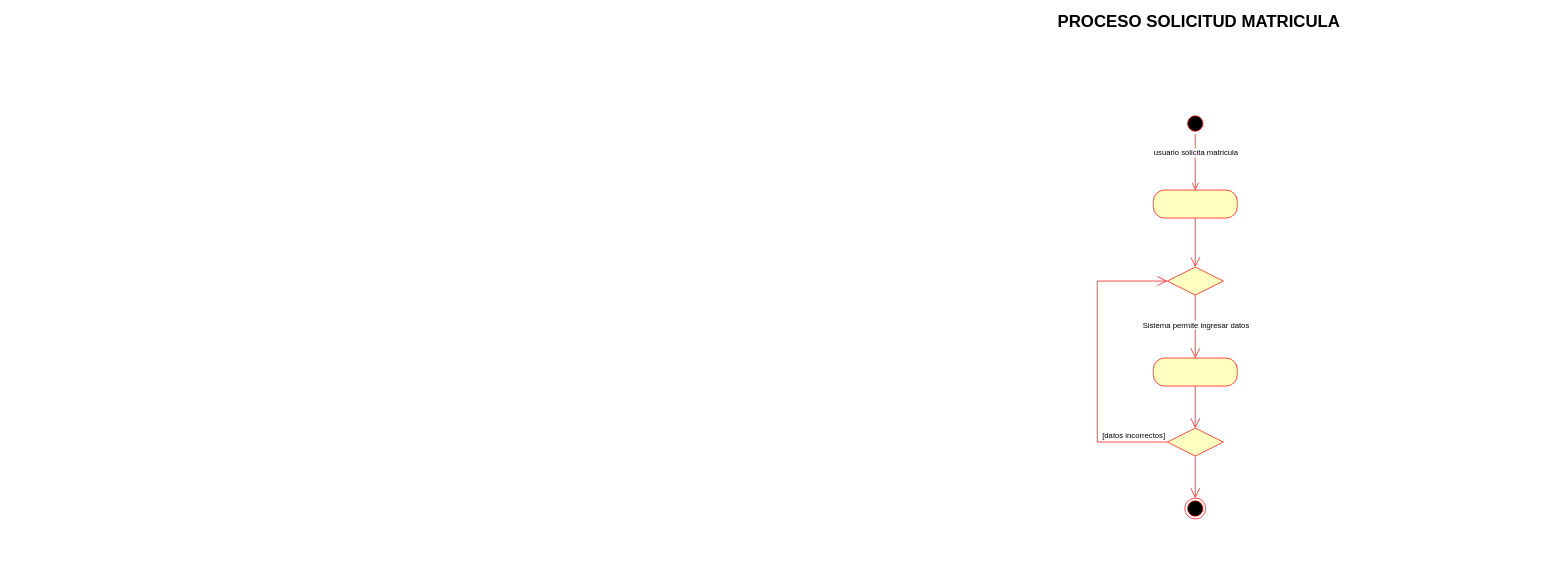
Earlier version of the draw.io diagram page "Especificacion Casos de Uso" (4 of 4) of AULA INTEGRAL DEL NORTE.drawio (KemosahbeAndres/IntegralDelNorte). Source tidied: cells renumbered, new cells numbered last; positions are measured from the earlier drawing's top-left corner, leaving out a move shared by most shapes. Both pictures are drawn from the tidied source at 70%, with x=0, y=0 at pixel (1051, 15).
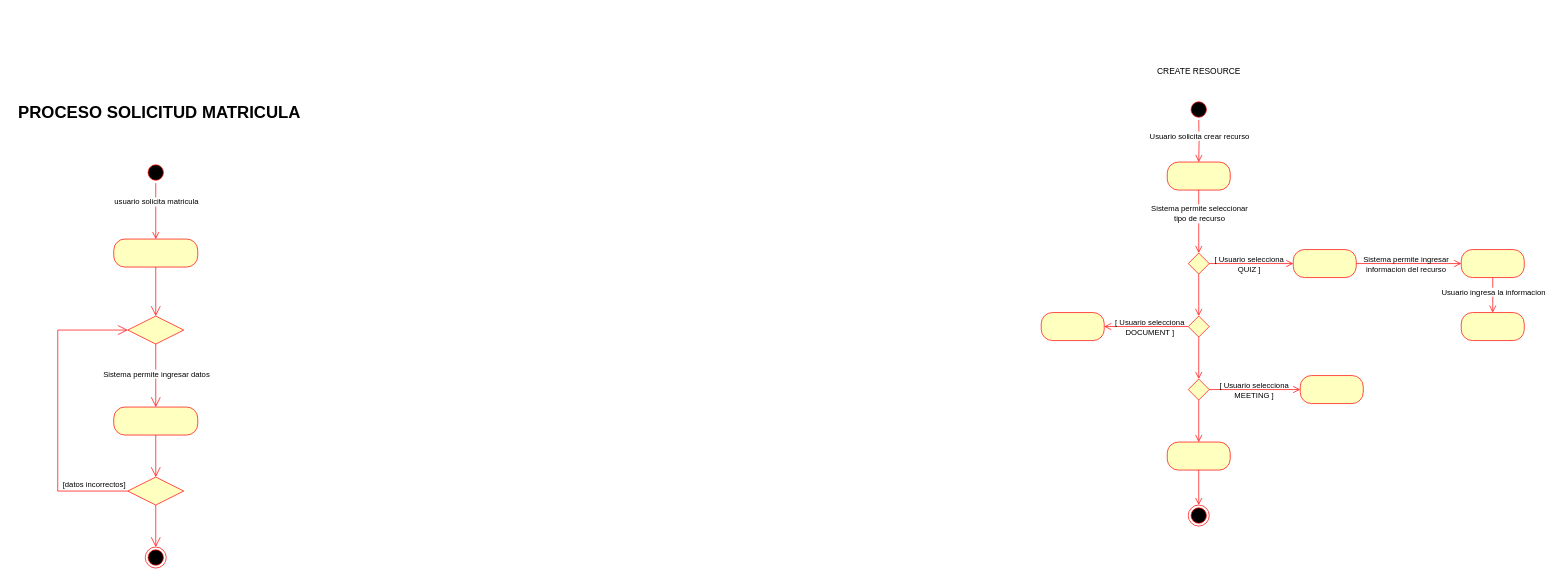
The same page after the edit.

Diff of the diagram source:
```diff
@@
+    <mxCell id="18" style="group;" parent="1" vertex="1">
+      <mxGeometry x="-1485" y="130" width="420" height="660" as="geometry" />
+    </mxCell>
-    <mxCell id="2" style="ellipse;html=1;shape=startState;fillColor=#000000;strokeColor=#ff0000;" parent="1" vertex="1">
-      <mxGeometry x="190" y="140" width="30" height="30" as="geometry" />
+    <mxCell id="2" style="ellipse;html=1;shape=startState;fillColor=#000000;strokeColor=#ff0000;" parent="18" vertex="1">
+      <mxGeometry x="190" y="80" width="30" height="30" as="geometry" />
     </mxCell>
-    <mxCell id="3" style="edgeStyle=orthogonalEdgeStyle;html=1;verticalAlign=bottom;endArrow=open;endSize=8;strokeColor=#ff0000;rounded=0;entryX=0.5;entryY=0;entryDx=0;entryDy=0;" parent="1" edge="1" source="2" target="8">
+    <mxCell id="3" style="edgeStyle=orthogonalEdgeStyle;html=1;verticalAlign=bottom;endArrow=open;endSize=8;strokeColor=#ff0000;rounded=0;entryX=0.5;entryY=0;entryDx=0;entryDy=0;" parent="18" edge="1" source="2" target="8">
       <mxGeometry relative="1" as="geometry" />
     </mxCell>
@@
+    <mxCell id="8" style="rounded=1;whiteSpace=wrap;html=1;arcSize=40;fontColor=#000000;fillColor=#ffffc0;strokeColor=#ff0000;" parent="18" vertex="1">
+      <mxGeometry x="145" y="190" width="120" height="40" as="geometry" />
+    </mxCell>
+    <mxCell id="10" style="rounded=1;whiteSpace=wrap;html=1;arcSize=40;fontColor=#000000;fillColor=#ffffc0;strokeColor=#ff0000;" parent="18" vertex="1">
+      <mxGeometry x="145" y="430" width="120" height="40" as="geometry" />
+    </mxCell>
+    <mxCell id="12" style="ellipse;html=1;shape=endState;fillColor=#000000;strokeColor=#ff0000;" parent="18" vertex="1">
+      <mxGeometry x="190" y="630" width="30" height="30" as="geometry" />
+    </mxCell>
+    <mxCell id="15" style="rhombus;whiteSpace=wrap;html=1;fillColor=#ffffc0;strokeColor=#ff0000;" parent="18" vertex="1">
+      <mxGeometry x="165" y="530" width="80" height="40" as="geometry" />
+    </mxCell>
+    <mxCell id="9" style="edgeStyle=none;rounded=0;jettySize=auto;html=1;endArrow=open;endFill=0;endSize=12;strokeColor=#FF0000;entryX=0.5;entryY=0;entryDx=0;entryDy=0;" parent="18" edge="1" source="10" target="15">
+      <mxGeometry relative="1" as="geometry" />
+    </mxCell>
+    <mxCell id="11" style="edgeStyle=none;rounded=0;jettySize=auto;html=1;exitX=0.5;exitY=1;exitDx=0;exitDy=0;entryX=0.5;entryY=0;entryDx=0;entryDy=0;endArrow=open;endFill=0;endSize=12;strokeColor=#FF0000;" parent="18" edge="1" source="15" target="12">
+      <mxGeometry relative="1" as="geometry" />
+    </mxCell>
+    <mxCell id="16" style="rhombus;whiteSpace=wrap;html=1;fillColor=#ffffc0;strokeColor=#ff0000;" parent="18" vertex="1">
+      <mxGeometry x="165" y="300" width="80" height="40" as="geometry" />
+    </mxCell>
+    <mxCell id="7" style="edgeStyle=orthogonalEdgeStyle;rounded=0;jettySize=auto;html=1;exitX=0.5;exitY=1;exitDx=0;exitDy=0;entryX=0.5;entryY=0;entryDx=0;entryDy=0;endArrow=open;endFill=0;endSize=12;strokeColor=#FF0000;" parent="18" edge="1" source="8" target="16">
+      <mxGeometry relative="1" as="geometry" />
+    </mxCell>
-    <mxCell id="5" style="edgeStyle=none;rounded=0;jettySize=auto;html=1;endArrow=open;endFill=0;endSize=12;strokeColor=#FF0000;exitX=0.5;exitY=1;exitDx=0;exitDy=0;" parent="1" edge="1" source="16" target="10">
+    <mxCell id="5" style="edgeStyle=none;rounded=0;jettySize=auto;html=1;endArrow=open;endFill=0;endSize=12;strokeColor=#FF0000;exitX=0.5;exitY=1;exitDx=0;exitDy=0;" parent="18" edge="1" source="16" target="10">
       <mxGeometry relative="1" as="geometry" />
     </mxCell>
@@
-    <mxCell id="7" style="edgeStyle=orthogonalEdgeStyle;rounded=0;jettySize=auto;html=1;exitX=0.5;exitY=1;exitDx=0;exitDy=0;entryX=0.5;entryY=0;entryDx=0;entryDy=0;endArrow=open;endFill=0;endSize=12;strokeColor=#FF0000;" parent="1" edge="1" source="8" target="16">
-      <mxGeometry relative="1" as="geometry" />
-    </mxCell>
-    <mxCell id="8" style="rounded=1;whiteSpace=wrap;html=1;arcSize=40;fontColor=#000000;fillColor=#ffffc0;strokeColor=#ff0000;" parent="1" vertex="1">
-      <mxGeometry x="145" y="250" width="120" height="40" as="geometry" />
-    </mxCell>
-    <mxCell id="9" style="edgeStyle=none;rounded=0;jettySize=auto;html=1;endArrow=open;endFill=0;endSize=12;strokeColor=#FF0000;entryX=0.5;entryY=0;entryDx=0;entryDy=0;" parent="1" edge="1" source="10" target="15">
-      <mxGeometry relative="1" as="geometry" />
-    </mxCell>
-    <mxCell id="10" style="rounded=1;whiteSpace=wrap;html=1;arcSize=40;fontColor=#000000;fillColor=#ffffc0;strokeColor=#ff0000;" parent="1" vertex="1">
-      <mxGeometry x="145" y="490" width="120" height="40" as="geometry" />
-    </mxCell>
-    <mxCell id="11" style="edgeStyle=none;rounded=0;jettySize=auto;html=1;exitX=0.5;exitY=1;exitDx=0;exitDy=0;entryX=0.5;entryY=0;entryDx=0;entryDy=0;endArrow=open;endFill=0;endSize=12;strokeColor=#FF0000;" parent="1" edge="1" source="15" target="12">
-      <mxGeometry relative="1" as="geometry" />
-    </mxCell>
-    <mxCell id="12" style="ellipse;html=1;shape=endState;fillColor=#000000;strokeColor=#ff0000;" parent="1" vertex="1">
-      <mxGeometry x="190" y="690" width="30" height="30" as="geometry" />
-    </mxCell>
-    <mxCell id="13" style="edgeStyle=orthogonalEdgeStyle;rounded=0;jettySize=auto;html=1;exitX=0;exitY=0.5;exitDx=0;exitDy=0;endArrow=open;endFill=0;endSize=12;strokeColor=#FF0000;entryX=0;entryY=0.5;entryDx=0;entryDy=0;" parent="1" edge="1" source="15" target="16">
+    <mxCell id="13" style="edgeStyle=orthogonalEdgeStyle;rounded=0;jettySize=auto;html=1;exitX=0;exitY=0.5;exitDx=0;exitDy=0;endArrow=open;endFill=0;endSize=12;strokeColor=#FF0000;entryX=0;entryY=0.5;entryDx=0;entryDy=0;" parent="18" edge="1" source="15" target="16">
       <mxGeometry relative="1" as="geometry">
         <Array as="points">
-          <mxPoint x="65" y="610" />
-          <mxPoint x="65" y="380" />
+          <mxPoint x="65" y="550" />
+          <mxPoint x="65" y="320" />
         </Array>
       </mxGeometry>
     </mxCell>
@@
-    <mxCell id="15" style="rhombus;whiteSpace=wrap;html=1;fillColor=#ffffc0;strokeColor=#ff0000;" parent="1" vertex="1">
-      <mxGeometry x="165" y="590" width="80" height="40" as="geometry" />
-    </mxCell>
-    <mxCell id="16" style="rhombus;whiteSpace=wrap;html=1;fillColor=#ffffc0;strokeColor=#ff0000;" parent="1" vertex="1">
-      <mxGeometry x="165" y="360" width="80" height="40" as="geometry" />
-    </mxCell>
-    <mxCell id="17" value="&lt;span style=&quot;font-size: 24px&quot;&gt;&lt;b&gt;PROCESO SOLICITUD MATRICULA&lt;/b&gt;&lt;/span&gt;" style="text;html=1;align=center;verticalAlign=middle;strokeColor=none;fillColor=none;" parent="1" vertex="1">
+    <mxCell id="17" value="&lt;span style=&quot;font-size: 24px&quot;&gt;&lt;b&gt;PROCESO SOLICITUD MATRICULA&lt;/b&gt;&lt;/span&gt;" style="text;html=1;align=center;verticalAlign=middle;strokeColor=none;fillColor=none;" parent="18" vertex="1">
       <mxGeometry width="420" height="20" as="geometry" />
     </mxCell>
+    <mxCell id="19" style="ellipse;html=1;shape=startState;fillColor=#000000;strokeColor=#ff0000;" parent="1" vertex="1">
+      <mxGeometry x="195" y="120" width="30" height="30" as="geometry" />
+    </mxCell>
+    <mxCell id="20" style="edgeStyle=orthogonalEdgeStyle;html=1;verticalAlign=bottom;endArrow=open;endSize=8;strokeColor=#ff0000;rounded=0;entryX=0.5;entryY=0;entryDx=0;entryDy=0;" parent="1" edge="1" target="26">
+      <mxGeometry relative="1" as="geometry">
+        <mxPoint x="210" y="150" as="sourcePoint" />
+      </mxGeometry>
+    </mxCell>
+    <mxCell id="21" value="Usuario solicita crear recurso" style="edgeLabel;html=1;align=center;verticalAlign=middle;" parent="20" vertex="1">
+      <mxGeometry x="-0.24" relative="1" as="geometry" />
+    </mxCell>
+    <mxCell id="22" style="ellipse;html=1;shape=endState;fillColor=#000000;strokeColor=#ff0000;" parent="1" vertex="1">
+      <mxGeometry x="195" y="700" width="30" height="30" as="geometry" />
+    </mxCell>
+    <mxCell id="23" value="CREATE RESOURCE" style="text;html=1;align=center;verticalAlign=middle;strokeColor=none;fillColor=none;" parent="1" vertex="1">
+      <mxGeometry x="145" y="70" width="130" height="20" as="geometry" />
+    </mxCell>
+    <mxCell id="24" style="edgeStyle=none;rounded=0;jettySize=auto;html=1;exitX=0.5;exitY=1;exitDx=0;exitDy=0;endArrow=open;endFill=0;strokeColor=#FF0000;endSize=8;entryX=0.5;entryY=0;entryDx=0;entryDy=0;" parent="1" edge="1" source="26" target="32">
+      <mxGeometry relative="1" as="geometry" />
+    </mxCell>
+    <mxCell id="25" value="Sistema permite seleccionar&lt;br&gt;tipo de recurso" style="edgeLabel;html=1;align=center;verticalAlign=middle;" parent="24" vertex="1">
+      <mxGeometry x="-0.26" relative="1" as="geometry" />
+    </mxCell>
+    <mxCell id="26" style="rounded=1;whiteSpace=wrap;html=1;arcSize=40;fontColor=#000000;fillColor=#ffffc0;strokeColor=#ff0000;" parent="1" vertex="1">
+      <mxGeometry x="165" y="210" width="90" height="40" as="geometry" />
+    </mxCell>
+    <mxCell id="27" style="edgeStyle=none;rounded=0;jettySize=auto;html=1;exitX=0.5;exitY=1;exitDx=0;exitDy=0;entryX=0.5;entryY=0;entryDx=0;entryDy=0;endArrow=open;endFill=0;endSize=8;strokeColor=#FF0000;" parent="1" edge="1" source="28" target="22">
+      <mxGeometry relative="1" as="geometry" />
+    </mxCell>
+    <mxCell id="28" style="rounded=1;whiteSpace=wrap;html=1;arcSize=40;fontColor=#000000;fillColor=#ffffc0;strokeColor=#ff0000;" parent="1" vertex="1">
+      <mxGeometry x="165" y="610" width="90" height="40" as="geometry" />
+    </mxCell>
+    <mxCell id="29" style="edgeStyle=none;rounded=0;jettySize=auto;html=1;exitX=1;exitY=0.5;exitDx=0;exitDy=0;endArrow=open;endFill=0;endSize=8;strokeColor=#FF0000;entryX=0;entryY=0.5;entryDx=0;entryDy=0;" parent="1" edge="1" source="32" target="39">
+      <mxGeometry relative="1" as="geometry" />
+    </mxCell>
+    <mxCell id="30" value="[ Usuario selecciona&lt;br&gt;QUIZ ]" style="edgeLabel;html=1;align=center;verticalAlign=middle;labelBackgroundColor=none;" parent="29" vertex="1">
+      <mxGeometry x="-0.15" y="-1" relative="1" as="geometry">
+        <mxPoint x="5" y="-1" as="offset" />
+      </mxGeometry>
+    </mxCell>
+    <mxCell id="31" style="edgeStyle=none;rounded=0;jettySize=auto;html=1;exitX=0.5;exitY=1;exitDx=0;exitDy=0;entryX=0.5;entryY=0;entryDx=0;entryDy=0;endArrow=open;endFill=0;endSize=8;strokeColor=#FF0000;" parent="1" edge="1" source="32" target="36">
+      <mxGeometry relative="1" as="geometry" />
+    </mxCell>
+    <mxCell id="32" style="rhombus;whiteSpace=wrap;html=1;fillColor=#ffffc0;strokeColor=#ff0000;" parent="1" vertex="1">
+      <mxGeometry x="195" y="340" width="30" height="30" as="geometry" />
+    </mxCell>
+    <mxCell id="33" style="edgeStyle=none;rounded=0;jettySize=auto;html=1;exitX=0;exitY=0.5;exitDx=0;exitDy=0;endArrow=open;endFill=0;endSize=8;strokeColor=#FF0000;entryX=1;entryY=0.5;entryDx=0;entryDy=0;" parent="1" edge="1" source="36" target="44">
+      <mxGeometry relative="1" as="geometry" />
+    </mxCell>
+    <mxCell id="34" value="[ Usuario selecciona&lt;br&gt;DOCUMENT ]" style="edgeLabel;html=1;align=center;verticalAlign=middle;labelBackgroundColor=none;" parent="33" vertex="1">
+      <mxGeometry x="0.16" y="1" relative="1" as="geometry">
+        <mxPoint x="14" y="-1" as="offset" />
+      </mxGeometry>
+    </mxCell>
+    <mxCell id="35" style="edgeStyle=none;rounded=0;jettySize=auto;html=1;exitX=0.5;exitY=1;exitDx=0;exitDy=0;endArrow=open;endFill=0;endSize=8;strokeColor=#FF0000;entryX=0.5;entryY=0;entryDx=0;entryDy=0;" parent="1" edge="1" source="36" target="43">
+      <mxGeometry relative="1" as="geometry" />
+    </mxCell>
+    <mxCell id="36" style="rhombus;whiteSpace=wrap;html=1;fillColor=#ffffc0;strokeColor=#ff0000;" parent="1" vertex="1">
+      <mxGeometry x="195" y="430" width="30" height="30" as="geometry" />
+    </mxCell>
+    <mxCell id="37" style="edgeStyle=none;rounded=0;jettySize=auto;html=1;exitX=1;exitY=0.5;exitDx=0;exitDy=0;endArrow=open;endFill=0;endSize=8;strokeColor=#FF0000;entryX=0;entryY=0.5;entryDx=0;entryDy=0;" parent="1" edge="1" source="39" target="49">
+      <mxGeometry relative="1" as="geometry" />
+    </mxCell>
+    <mxCell id="38" value="Sistema permite ingresar&lt;br&gt;informacion del recurso" style="edgeLabel;html=1;align=center;verticalAlign=middle;labelBackgroundColor=none;" parent="37" vertex="1">
+      <mxGeometry x="-0.38" y="-2" relative="1" as="geometry">
+        <mxPoint x="23" y="-2" as="offset" />
+      </mxGeometry>
+    </mxCell>
+    <mxCell id="39" style="rounded=1;whiteSpace=wrap;html=1;arcSize=40;fontColor=#000000;fillColor=#ffffc0;strokeColor=#ff0000;" parent="1" vertex="1">
+      <mxGeometry x="345" y="335" width="90" height="40" as="geometry" />
+    </mxCell>
+    <mxCell id="40" style="edgeStyle=none;rounded=0;jettySize=auto;html=1;exitX=1;exitY=0.5;exitDx=0;exitDy=0;endArrow=open;endFill=0;endSize=8;strokeColor=#FF0000;entryX=0;entryY=0.5;entryDx=0;entryDy=0;" parent="1" edge="1" source="43" target="45">
+      <mxGeometry relative="1" as="geometry" />
+    </mxCell>
+    <mxCell id="41" value="[ Usuario selecciona&lt;br&gt;MEETING ]" style="edgeLabel;html=1;align=center;verticalAlign=middle;labelBackgroundColor=none;" parent="40" vertex="1">
+      <mxGeometry x="-0.26" relative="1" as="geometry">
+        <mxPoint x="15" as="offset" />
+      </mxGeometry>
+    </mxCell>
+    <mxCell id="42" style="edgeStyle=none;rounded=0;jettySize=auto;html=1;exitX=0.5;exitY=1;exitDx=0;exitDy=0;endArrow=open;endFill=0;endSize=8;strokeColor=#FF0000;entryX=0.5;entryY=0;entryDx=0;entryDy=0;" parent="1" edge="1" source="43" target="28">
+      <mxGeometry relative="1" as="geometry" />
+    </mxCell>
+    <mxCell id="43" style="rhombus;whiteSpace=wrap;html=1;fillColor=#ffffc0;strokeColor=#ff0000;" parent="1" vertex="1">
+      <mxGeometry x="195" y="520" width="30" height="30" as="geometry" />
+    </mxCell>
+    <mxCell id="44" style="rounded=1;whiteSpace=wrap;html=1;arcSize=40;fontColor=#000000;fillColor=#ffffc0;strokeColor=#ff0000;" parent="1" vertex="1">
+      <mxGeometry x="-15" y="425" width="90" height="40" as="geometry" />
+    </mxCell>
+    <mxCell id="45" style="rounded=1;whiteSpace=wrap;html=1;arcSize=40;fontColor=#000000;fillColor=#ffffc0;strokeColor=#ff0000;" parent="1" vertex="1">
+      <mxGeometry x="355" y="515" width="90" height="40" as="geometry" />
+    </mxCell>
+    <mxCell id="46" style="edgeStyle=none;rounded=0;orthogonalLoop=1;jettySize=auto;html=1;exitX=0.25;exitY=0;exitDx=0;exitDy=0;endArrow=open;endFill=0;endSize=8;strokeColor=#FF0000;" parent="1" edge="1" source="45" target="45">
+      <mxGeometry relative="1" as="geometry" />
+    </mxCell>
+    <mxCell id="47" style="edgeStyle=none;rounded=0;jettySize=auto;html=1;exitX=0.5;exitY=1;exitDx=0;exitDy=0;endArrow=open;endFill=0;endSize=8;strokeColor=#FF0000;entryX=0.5;entryY=0;entryDx=0;entryDy=0;" parent="1" edge="1" source="49" target="50">
+      <mxGeometry relative="1" as="geometry" />
+    </mxCell>
+    <mxCell id="48" value="Usuario ingresa la informacion" style="edgeLabel;html=1;align=center;verticalAlign=middle;" parent="47" vertex="1">
+      <mxGeometry x="-0.21" relative="1" as="geometry" />
+    </mxCell>
+    <mxCell id="49" style="rounded=1;whiteSpace=wrap;html=1;arcSize=40;fontColor=#000000;fillColor=#ffffc0;strokeColor=#ff0000;" parent="1" vertex="1">
+      <mxGeometry x="585" y="335" width="90" height="40" as="geometry" />
+    </mxCell>
+    <mxCell id="50" style="rounded=1;whiteSpace=wrap;html=1;arcSize=40;fontColor=#000000;fillColor=#ffffc0;strokeColor=#ff0000;" parent="1" vertex="1">
+      <mxGeometry x="585" y="425" width="90" height="40" as="geometry" />
+    </mxCell>
```
